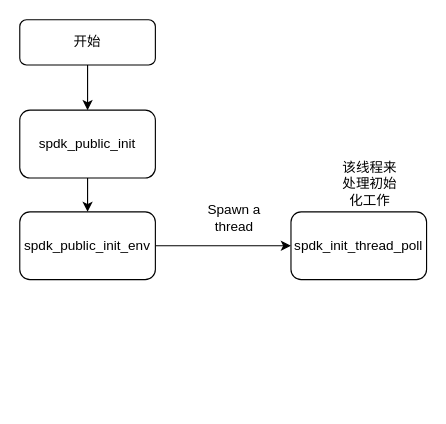
Earlier version of the draw.io diagram spdk_public.drawio (hayden-pzhou/drawioChart). Source tidied: cells renumbered, new cells numbered last; positions are measured from the earlier drawing's top-left corner, leaving out a move shared by most shapes. Both pictures are drawn from the tidied source at 113%, with x=0, y=0 at pixel (19, 19).
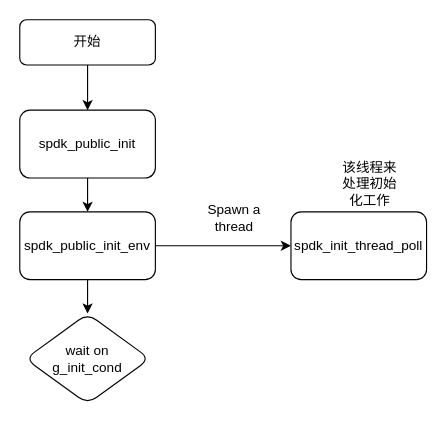
The same page after the edit.

What changed in the source:
```diff
@@
 <mxGraphModel>
   <root>
     <mxCell id="0" />
     <mxCell id="1" parent="0" />
     <mxCell id="2" style="edgeStyle=orthogonalEdgeStyle;rounded=0;jettySize=auto;html=1;" parent="1" edge="1" source="3" target="5">
       <mxGeometry relative="1" as="geometry" />
     </mxCell>
     <mxCell id="3" value="开始" style="rounded=1;whiteSpace=wrap;html=1;fontSize=12;glass=0;strokeWidth=1;shadow=0;" parent="1" vertex="1">
       <mxGeometry width="120" height="40" as="geometry" />
     </mxCell>
     <mxCell id="4" style="edgeStyle=orthogonalEdgeStyle;rounded=0;jettySize=auto;html=1;" parent="1" edge="1" source="5" target="7">
       <mxGeometry relative="1" as="geometry" />
     </mxCell>
     <mxCell id="5" value="spdk_public_init" style="rounded=1;whiteSpace=wrap;html=1;glass=0;strokeWidth=1;shadow=0;" parent="1" vertex="1">
       <mxGeometry y="80" width="120" height="60" as="geometry" />
     </mxCell>
     <mxCell id="6" style="edgeStyle=orthogonalEdgeStyle;rounded=0;jettySize=auto;html=1;" parent="1" edge="1" source="7" target="8">
       <mxGeometry relative="1" as="geometry" />
     </mxCell>
+    <mxCell id="11" style="edgeStyle=orthogonalEdgeStyle;rounded=0;jettySize=auto;html=1;" parent="1" edge="1" source="7" target="12">
+      <mxGeometry relative="1" as="geometry" />
+    </mxCell>
     <mxCell id="7" value="spdk_public_init_env" style="rounded=1;whiteSpace=wrap;html=1;glass=0;strokeWidth=1;shadow=0;" parent="1" vertex="1">
       <mxGeometry y="170" width="120" height="60" as="geometry" />
     </mxCell>
     <mxCell id="8" value="spdk_init_thread_poll" style="whiteSpace=wrap;html=1;rounded=1;glass=0;strokeWidth=1;shadow=0;" parent="1" vertex="1">
       <mxGeometry x="240" y="170" width="120" height="60" as="geometry" />
     </mxCell>
     <mxCell id="9" value="Spawn a thread" style="text;strokeColor=none;align=center;fillColor=none;html=1;verticalAlign=middle;whiteSpace=wrap;rounded=0;" parent="1" vertex="1">
       <mxGeometry x="160" y="160" width="60" height="30" as="geometry" />
     </mxCell>
     <mxCell id="10" value="该线程来处理初始化工作" style="text;strokeColor=none;align=center;fillColor=none;html=1;verticalAlign=middle;whiteSpace=wrap;rounded=0;" parent="1" vertex="1">
       <mxGeometry x="280" y="130" width="60" height="30" as="geometry" />
     </mxCell>
+    <mxCell id="12" value="wait on&lt;br&gt;g_init_cond" style="rhombus;whiteSpace=wrap;html=1;rounded=1;glass=0;strokeWidth=1;shadow=0;" parent="1" vertex="1">
+      <mxGeometry x="5" y="260" width="110" height="80" as="geometry" />
+    </mxCell>
   </root>
 </mxGraphModel>
```
